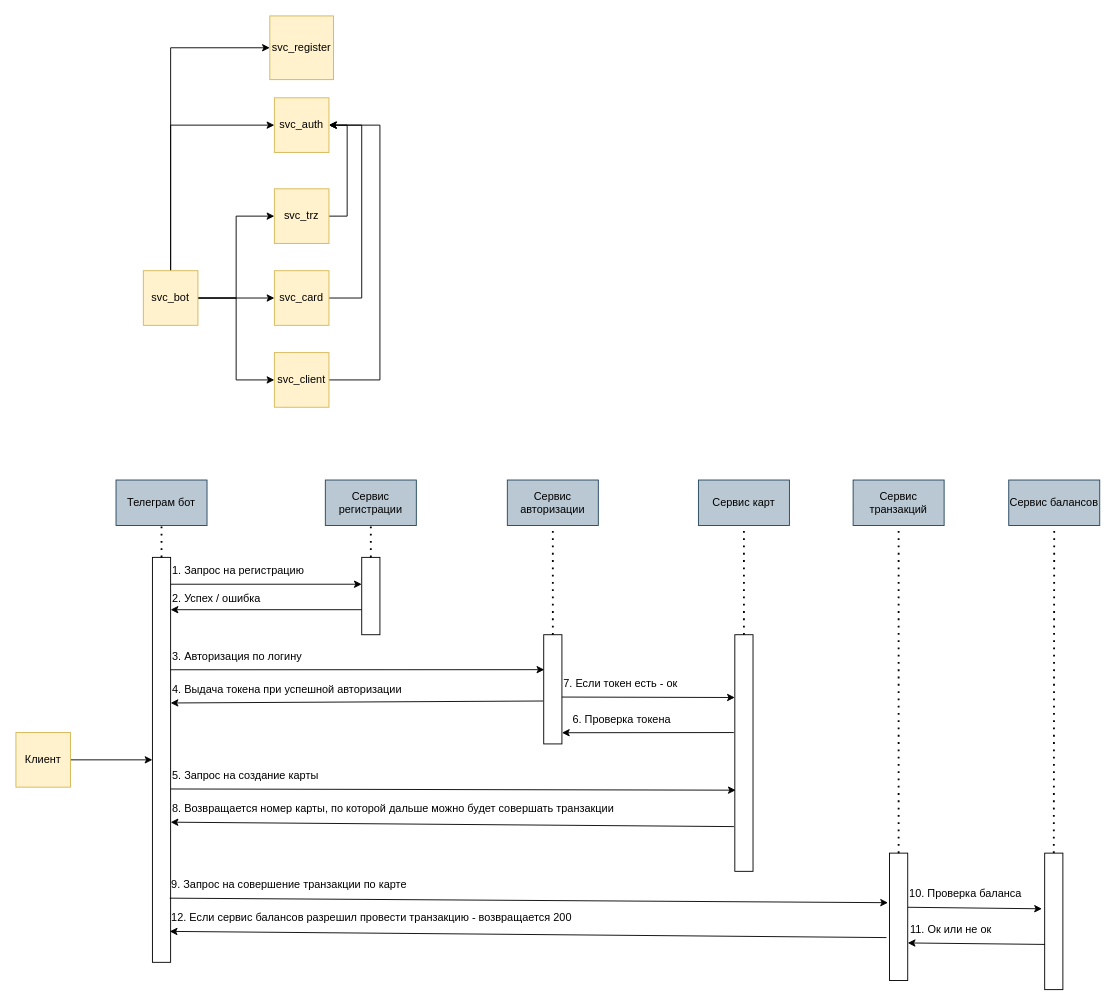
artshestakov/bank_flow keeps this draw.io diagram as schema.drawio. Above is the earlier version. Source tidied: cells renumbered, new cells numbered last; positions are measured from the earlier drawing's top-left corner, leaving out a move shared by most shapes. Both pictures are drawn from the tidied source at 91%, with x=0, y=0 at pixel (15, 15).
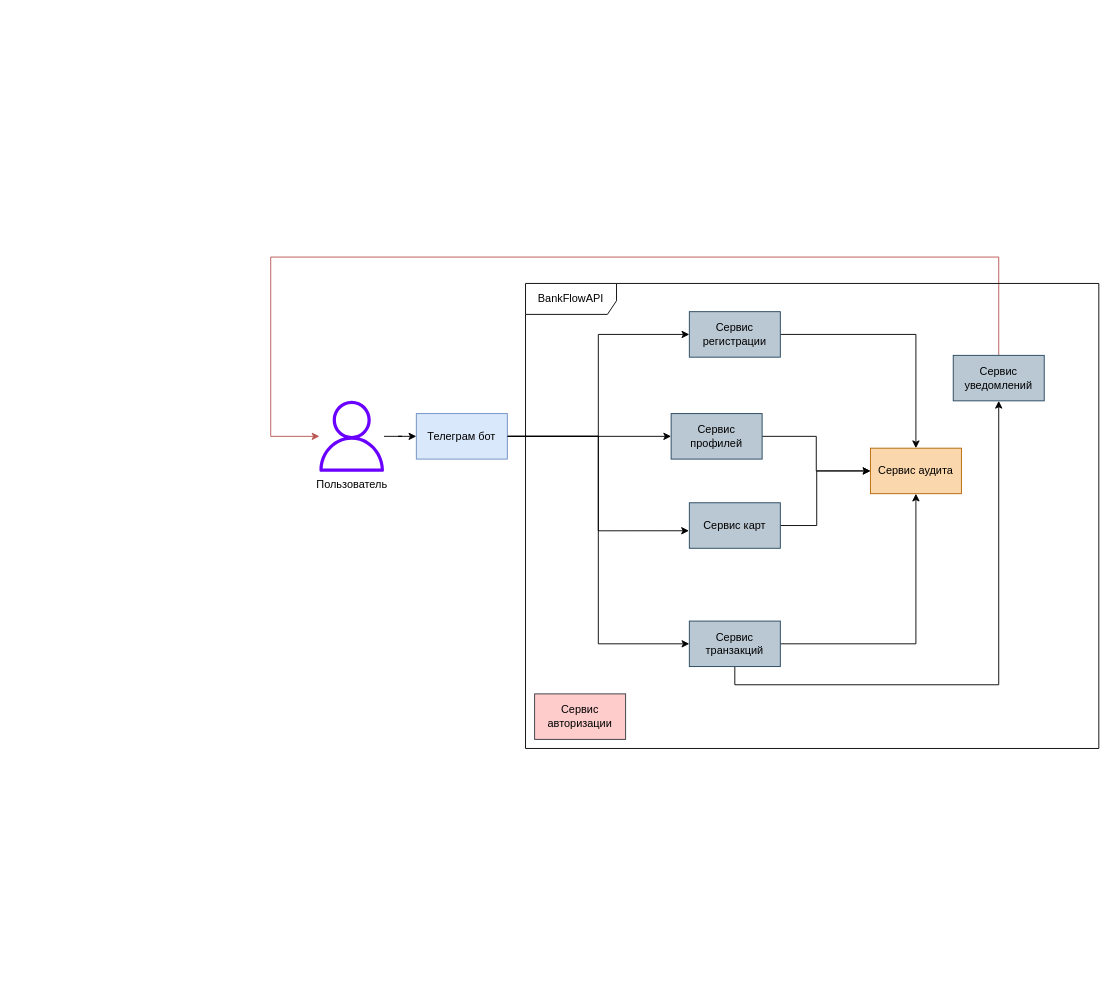
Above is the later version.

Commit message:
Поправлена схема

Change to the diagram source:
```diff
@@
-    <mxCell id="2" style="edgeStyle=orthogonalEdgeStyle;rounded=0;jettySize=auto;html=1;entryX=0;entryY=0.5;entryDx=0;entryDy=0;exitX=0.5;exitY=0;exitDx=0;exitDy=0;" parent="1" edge="1" source="7" target="14">
-      <mxGeometry relative="1" as="geometry" />
-    </mxCell>
-    <mxCell id="3" style="edgeStyle=orthogonalEdgeStyle;rounded=0;jettySize=auto;html=1;exitX=1;exitY=0.5;exitDx=0;exitDy=0;entryX=0;entryY=0.5;entryDx=0;entryDy=0;" parent="1" edge="1" source="7" target="11">
-      <mxGeometry relative="1" as="geometry" />
-    </mxCell>
-    <mxCell id="4" style="edgeStyle=orthogonalEdgeStyle;rounded=0;jettySize=auto;html=1;entryX=0;entryY=0.5;entryDx=0;entryDy=0;" parent="1" edge="1" source="7" target="9">
-      <mxGeometry relative="1" as="geometry" />
-    </mxCell>
-    <mxCell id="5" style="edgeStyle=orthogonalEdgeStyle;rounded=0;jettySize=auto;html=1;entryX=0;entryY=0.5;entryDx=0;entryDy=0;" parent="1" edge="1" source="7" target="13">
-      <mxGeometry relative="1" as="geometry" />
-    </mxCell>
-    <mxCell id="6" style="edgeStyle=orthogonalEdgeStyle;rounded=0;jettySize=auto;html=1;entryX=0;entryY=0.5;entryDx=0;entryDy=0;" parent="1" edge="1" source="7" target="15">
-      <mxGeometry relative="1" as="geometry">
-        <Array as="points">
-          <mxPoint x="170" y="35" />
-        </Array>
-      </mxGeometry>
-    </mxCell>
-    <mxCell id="7" value="svc_bot" style="whiteSpace=wrap;html=1;fillColor=#fff2cc;strokeColor=#d6b656;" parent="1" vertex="1">
-      <mxGeometry x="140" y="280" width="60" height="60" as="geometry" />
-    </mxCell>
-    <mxCell id="8" style="edgeStyle=orthogonalEdgeStyle;rounded=0;jettySize=auto;html=1;entryX=1;entryY=0.5;entryDx=0;entryDy=0;exitX=1;exitY=0.5;exitDx=0;exitDy=0;" parent="1" edge="1" source="9" target="14">
-      <mxGeometry relative="1" as="geometry">
-        <Array as="points">
-          <mxPoint x="380" y="310" />
-          <mxPoint x="380" y="120" />
-        </Array>
-      </mxGeometry>
-    </mxCell>
-    <mxCell id="9" value="svc_card" style="whiteSpace=wrap;html=1;fillColor=#fff2cc;strokeColor=#d6b656;" parent="1" vertex="1">
-      <mxGeometry x="284" y="280" width="60" height="60" as="geometry" />
-    </mxCell>
-    <mxCell id="10" style="edgeStyle=orthogonalEdgeStyle;rounded=0;jettySize=auto;html=1;entryX=1;entryY=0.5;entryDx=0;entryDy=0;exitX=1;exitY=0.5;exitDx=0;exitDy=0;" parent="1" edge="1" source="11" target="14">
-      <mxGeometry relative="1" as="geometry" />
-    </mxCell>
-    <mxCell id="11" value="svc_trz" style="whiteSpace=wrap;html=1;fillColor=#fff2cc;strokeColor=#d6b656;" parent="1" vertex="1">
-      <mxGeometry x="284" y="190" width="60" height="60" as="geometry" />
-    </mxCell>
-    <mxCell id="12" style="edgeStyle=orthogonalEdgeStyle;rounded=0;jettySize=auto;html=1;entryX=1;entryY=0.5;entryDx=0;entryDy=0;exitX=1;exitY=0.5;exitDx=0;exitDy=0;" parent="1" edge="1" source="13" target="14">
-      <mxGeometry relative="1" as="geometry">
-        <Array as="points">
-          <mxPoint x="400" y="400" />
-          <mxPoint x="400" y="120" />
-        </Array>
-      </mxGeometry>
-    </mxCell>
-    <mxCell id="13" value="svc_client" style="whiteSpace=wrap;html=1;fillColor=#fff2cc;strokeColor=#d6b656;" parent="1" vertex="1">
-      <mxGeometry x="284" y="370" width="60" height="60" as="geometry" />
-    </mxCell>
-    <mxCell id="14" value="svc_auth" style="whiteSpace=wrap;html=1;fillColor=#fff2cc;strokeColor=#d6b656;" parent="1" vertex="1">
-      <mxGeometry x="284" y="90" width="60" height="60" as="geometry" />
-    </mxCell>
-    <mxCell id="15" value="svc_register" style="whiteSpace=wrap;html=1;fillColor=#fff2cc;strokeColor=#d6b656;" parent="1" vertex="1">
-      <mxGeometry x="279" width="70" height="70" as="geometry" />
-    </mxCell>
-    <mxCell id="16" style="rounded=0;whiteSpace=wrap;html=1;" parent="1" vertex="1">
-      <mxGeometry x="150" y="595" width="20" height="445" as="geometry" />
-    </mxCell>
-    <mxCell id="17" style="edgeStyle=orthogonalEdgeStyle;rounded=0;jettySize=auto;html=1;entryX=0;entryY=0.5;entryDx=0;entryDy=0;" parent="1" edge="1" source="18" target="16">
-      <mxGeometry relative="1" as="geometry" />
-    </mxCell>
-    <mxCell id="18" value="Клиент" style="whiteSpace=wrap;html=1;fillColor=#fff2cc;strokeColor=#d6b656;" parent="1" vertex="1">
-      <mxGeometry y="787.5" width="60" height="60" as="geometry" />
-    </mxCell>
+    <mxCell id="60" style="edgeStyle=orthogonalEdgeStyle;rounded=0;jettySize=auto;html=1;entryX=0;entryY=0.5;entryDx=0;entryDy=0;" parent="1" edge="1" source="19" target="22">
+      <mxGeometry relative="1" as="geometry" />
+    </mxCell>
+    <mxCell id="61" style="edgeStyle=orthogonalEdgeStyle;rounded=0;jettySize=auto;html=1;entryX=0;entryY=0.5;entryDx=0;entryDy=0;" parent="1" edge="1" source="19" target="65">
+      <mxGeometry relative="1" as="geometry" />
+    </mxCell>
+    <mxCell id="62" style="edgeStyle=orthogonalEdgeStyle;rounded=0;jettySize=auto;html=1;entryX=0;entryY=0.5;entryDx=0;entryDy=0;" parent="1" edge="1" source="19" target="47">
+      <mxGeometry relative="1" as="geometry" />
+    </mxCell>
-    <mxCell id="19" value="Телеграм бот" style="rounded=0;whiteSpace=wrap;html=1;fillColor=#bac8d3;strokeColor=#23445d;" parent="1" vertex="1">
-      <mxGeometry x="110" y="510" width="100" height="50" as="geometry" />
+    <mxCell id="19" value="Телеграм бот" style="rounded=0;whiteSpace=wrap;html=1;fillColor=#dae8fc;strokeColor=#6c8ebf;" parent="1" vertex="1">
+      <mxGeometry x="440" y="437" width="100" height="50" as="geometry" />
     </mxCell>
-    <mxCell id="20" style="endArrow=none;dashed=1;html=1;dashPattern=1 3;strokeWidth=2;rounded=0;entryX=0.5;entryY=1;entryDx=0;entryDy=0;exitX=0.5;exitY=0;exitDx=0;exitDy=0;" parent="1" edge="1" source="16" target="19">
-      <mxGeometry relative="1" as="geometry" />
-    </mxCell>
-    <mxCell id="21" style="rounded=0;whiteSpace=wrap;html=1;" parent="1" vertex="1">
-      <mxGeometry x="380" y="595" width="20" height="85" as="geometry" />
-    </mxCell>
+    <mxCell id="63" style="edgeStyle=orthogonalEdgeStyle;rounded=0;jettySize=auto;html=1;" parent="1" edge="1" source="22" target="71">
+      <mxGeometry relative="1" as="geometry" />
+    </mxCell>
     <mxCell id="22" value="Сервис регистрации" style="rounded=0;whiteSpace=wrap;html=1;fillColor=#bac8d3;strokeColor=#23445d;" parent="1" vertex="1">
-      <mxGeometry x="340" y="510" width="100" height="50" as="geometry" />
+      <mxGeometry x="740" y="325" width="100" height="50" as="geometry" />
     </mxCell>
-    <mxCell id="23" style="endArrow=none;dashed=1;html=1;dashPattern=1 3;strokeWidth=2;rounded=0;entryX=0.5;entryY=1;entryDx=0;entryDy=0;exitX=0.5;exitY=0;exitDx=0;exitDy=0;" parent="1" edge="1" source="21" target="22">
-      <mxGeometry relative="1" as="geometry" />
-    </mxCell>
-    <mxCell id="24" style="endArrow=classic;html=1;rounded=0;exitX=1;exitY=0.5;exitDx=0;exitDy=0;entryX=0;entryY=0.5;entryDx=0;entryDy=0;" parent="1" edge="1">
-      <mxGeometry relative="1" as="geometry">
-        <mxPoint x="170" y="624.5" as="sourcePoint" />
-        <mxPoint x="380" y="624.5" as="targetPoint" />
-      </mxGeometry>
-    </mxCell>
-    <mxCell id="25" value="1. Запрос на регистрацию" style="text;html=1;align=left;verticalAlign=middle;whiteSpace=wrap;rounded=0;" parent="1" vertex="1">
-      <mxGeometry x="170" y="595" width="160" height="30" as="geometry" />
-    </mxCell>
-    <mxCell id="26" style="endArrow=classic;html=1;rounded=0;exitX=0;exitY=0.5;exitDx=0;exitDy=0;entryX=1;entryY=0.5;entryDx=0;entryDy=0;" parent="1" edge="1">
-      <mxGeometry relative="1" as="geometry">
-        <mxPoint x="380" y="652.5" as="sourcePoint" />
-        <mxPoint x="170" y="652.5" as="targetPoint" />
-      </mxGeometry>
-    </mxCell>
-    <mxCell id="27" value="2. Успех / ошибка" style="text;html=1;align=left;verticalAlign=middle;whiteSpace=wrap;rounded=0;flipH=1;flipV=1;" parent="1" vertex="1">
-      <mxGeometry x="170" y="625" width="160" height="30" as="geometry" />
-    </mxCell>
-    <mxCell id="28" style="rounded=0;whiteSpace=wrap;html=1;" parent="1" vertex="1">
-      <mxGeometry x="580" y="680" width="20" height="120" as="geometry" />
-    </mxCell>
+    <mxCell id="64" style="edgeStyle=orthogonalEdgeStyle;rounded=0;jettySize=auto;html=1;" parent="1" edge="1" source="65" target="71">
+      <mxGeometry relative="1" as="geometry" />
+    </mxCell>
+    <mxCell id="65" value="Сервис профилей" style="rounded=0;whiteSpace=wrap;html=1;fillColor=#bac8d3;strokeColor=#23445d;" parent="1" vertex="1">
+      <mxGeometry x="720" y="437" width="100" height="50" as="geometry" />
+    </mxCell>
+    <mxCell id="66" style="edgeStyle=orthogonalEdgeStyle;rounded=0;jettySize=auto;html=1;entryX=0;entryY=0.5;entryDx=0;entryDy=0;" parent="1" edge="1" source="36" target="71">
+      <mxGeometry relative="1" as="geometry">
+        <Array as="points">
+          <mxPoint x="880" y="560" />
+          <mxPoint x="880" y="500" />
+        </Array>
+      </mxGeometry>
+    </mxCell>
+    <mxCell id="67" style="edgeStyle=orthogonalEdgeStyle;rounded=0;jettySize=auto;html=1;entryX=0.5;entryY=1;entryDx=0;entryDy=0;exitX=0.5;exitY=1;exitDx=0;exitDy=0;" parent="1" edge="1" source="47" target="70">
+      <mxGeometry relative="1" as="geometry" />
+    </mxCell>
+    <mxCell id="36" value="Сервис карт" style="rounded=0;whiteSpace=wrap;html=1;fillColor=#bac8d3;strokeColor=#23445d;" parent="1" vertex="1">
+      <mxGeometry x="740" y="535" width="100" height="50" as="geometry" />
+    </mxCell>
+    <mxCell id="68" style="edgeStyle=orthogonalEdgeStyle;rounded=0;jettySize=auto;html=1;entryX=0.5;entryY=1;entryDx=0;entryDy=0;" parent="1" edge="1" source="47" target="71">
+      <mxGeometry relative="1" as="geometry" />
+    </mxCell>
+    <mxCell id="47" value="Сервис транзакций" style="rounded=0;whiteSpace=wrap;html=1;fillColor=#bac8d3;strokeColor=#23445d;" parent="1" vertex="1">
+      <mxGeometry x="740" y="665" width="100" height="50" as="geometry" />
+    </mxCell>
+    <mxCell id="69" style="edgeStyle=orthogonalEdgeStyle;rounded=0;jettySize=auto;html=1;exitX=0.5;exitY=0;exitDx=0;exitDy=0;fillColor=#f8cecc;strokeColor=#b85450;" parent="1" edge="1" source="70" target="73">
+      <mxGeometry relative="1" as="geometry">
+        <Array as="points">
+          <mxPoint x="1080" y="265" />
+          <mxPoint x="280" y="265" />
+          <mxPoint x="280" y="462" />
+        </Array>
+      </mxGeometry>
+    </mxCell>
+    <mxCell id="70" value="Сервис уведомлений" style="rounded=0;whiteSpace=wrap;html=1;fillColor=#bac8d3;strokeColor=#23445d;" parent="1" vertex="1">
+      <mxGeometry x="1030" y="373" width="100" height="50" as="geometry" />
+    </mxCell>
+    <mxCell id="71" value="Сервис аудита" style="rounded=0;whiteSpace=wrap;html=1;fillColor=#fad7ac;strokeColor=#b46504;" parent="1" vertex="1">
+      <mxGeometry x="939" y="475" width="100" height="50" as="geometry" />
+    </mxCell>
+    <mxCell id="72" style="edgeStyle=orthogonalEdgeStyle;rounded=0;jettySize=auto;html=1;" parent="1" edge="1" source="73" target="19">
+      <mxGeometry relative="1" as="geometry" />
+    </mxCell>
+    <mxCell id="73" value="&lt;font style=&quot;color: rgb(0, 0, 0);&quot;&gt;Пользователь&lt;/font&gt;" style="sketch=0;outlineConnect=0;dashed=0;verticalLabelPosition=bottom;verticalAlign=top;align=center;html=1;fontSize=12;fontStyle=0;shape=mxgraph.aws4.user;fillColor=#6a00ff;fontColor=#ffffff;strokeColor=#3700CC;" parent="1" vertex="1">
+      <mxGeometry x="330" y="423" width="78" height="78" as="geometry" />
+    </mxCell>
+    <mxCell id="74" value="BankFlowAPI" style="shape=umlFrame;whiteSpace=wrap;html=1;width=100;height=34;" parent="1" vertex="1">
+      <mxGeometry x="560" y="294" width="630" height="511" as="geometry" />
+    </mxCell>
+    <mxCell id="75" style="edgeStyle=orthogonalEdgeStyle;rounded=0;jettySize=auto;html=1;entryX=-0.004;entryY=0.615;entryDx=0;entryDy=0;entryPerimeter=0;" parent="1" edge="1" source="19" target="36">
+      <mxGeometry relative="1" as="geometry" />
+    </mxCell>
-    <mxCell id="29" value="Сервис авторизации" style="rounded=0;whiteSpace=wrap;html=1;fillColor=#bac8d3;strokeColor=#23445d;" parent="1" vertex="1">
-      <mxGeometry x="540" y="510" width="100" height="50" as="geometry" />
+    <mxCell id="29" value="Сервис авторизации" style="rounded=0;whiteSpace=wrap;html=1;fillColor=#ffcccc;strokeColor=#36393d;" parent="1" vertex="1">
+      <mxGeometry x="570" y="745" width="100" height="50" as="geometry" />
     </mxCell>
-    <mxCell id="30" style="endArrow=none;dashed=1;html=1;dashPattern=1 3;strokeWidth=2;rounded=0;entryX=0.5;entryY=1;entryDx=0;entryDy=0;exitX=0.5;exitY=0;exitDx=0;exitDy=0;" parent="1" edge="1" source="28" target="29">
-      <mxGeometry relative="1" as="geometry" />
-    </mxCell>
-    <mxCell id="31" style="endArrow=classic;html=1;rounded=0;exitX=1;exitY=0.5;exitDx=0;exitDy=0;entryX=0.033;entryY=0.32;entryDx=0;entryDy=0;entryPerimeter=0;" parent="1" edge="1" target="28">
-      <mxGeometry relative="1" as="geometry">
-        <mxPoint x="170" y="718.5" as="sourcePoint" />
-      </mxGeometry>
-    </mxCell>
-    <mxCell id="32" value="3. Авторизация по логину" style="text;html=1;align=left;verticalAlign=middle;whiteSpace=wrap;rounded=0;" parent="1" vertex="1">
-      <mxGeometry x="170" y="689" width="160" height="30" as="geometry" />
-    </mxCell>
-    <mxCell id="33" style="endArrow=classic;html=1;rounded=0;exitX=-0.036;exitY=0.607;exitDx=0;exitDy=0;entryX=0;entryY=1;entryDx=0;entryDy=0;exitPerimeter=0;" parent="1" edge="1" source="28" target="34">
-      <mxGeometry relative="1" as="geometry" />
-    </mxCell>
-    <mxCell id="34" value="4. Выдача токена при успешной авторизации" style="text;html=1;align=left;verticalAlign=middle;whiteSpace=wrap;rounded=0;" parent="1" vertex="1">
-      <mxGeometry x="170" y="725" width="275" height="30" as="geometry" />
-    </mxCell>
-    <mxCell id="35" style="rounded=0;whiteSpace=wrap;html=1;" parent="1" vertex="1">
-      <mxGeometry x="790" y="680" width="20" height="260" as="geometry" />
-    </mxCell>
-    <mxCell id="36" value="Сервис карт" style="rounded=0;whiteSpace=wrap;html=1;fillColor=#bac8d3;strokeColor=#23445d;" parent="1" vertex="1">
-      <mxGeometry x="750" y="510" width="100" height="50" as="geometry" />
-    </mxCell>
-    <mxCell id="37" style="endArrow=none;dashed=1;html=1;dashPattern=1 3;strokeWidth=2;rounded=0;entryX=0.5;entryY=1;entryDx=0;entryDy=0;exitX=0.5;exitY=0;exitDx=0;exitDy=0;" parent="1" edge="1" source="35" target="36">
-      <mxGeometry relative="1" as="geometry" />
-    </mxCell>
-    <mxCell id="38" style="endArrow=classic;html=1;rounded=0;exitX=1;exitY=0.5;exitDx=0;exitDy=0;entryX=0.05;entryY=0.657;entryDx=0;entryDy=0;entryPerimeter=0;" parent="1" edge="1" target="35">
-      <mxGeometry relative="1" as="geometry">
-        <mxPoint x="170" y="849.5" as="sourcePoint" />
-      </mxGeometry>
-    </mxCell>
-    <mxCell id="39" value="5. Запрос на создание карты" style="text;html=1;align=left;verticalAlign=middle;whiteSpace=wrap;rounded=0;" parent="1" vertex="1">
-      <mxGeometry x="170" y="820" width="170" height="30" as="geometry" />
-    </mxCell>
-    <mxCell id="40" style="endArrow=classic;html=1;rounded=0;exitX=-0.053;exitY=0.811;exitDx=0;exitDy=0;entryX=0;entryY=1;entryDx=0;entryDy=0;exitPerimeter=0;" parent="1" edge="1" source="35" target="41">
-      <mxGeometry relative="1" as="geometry" />
-    </mxCell>
-    <mxCell id="41" value="8. Возвращается номер карты, по которой дальше можно будет совершать транзакции" style="text;html=1;align=left;verticalAlign=middle;whiteSpace=wrap;rounded=0;" parent="1" vertex="1">
-      <mxGeometry x="170" y="856" width="520" height="30" as="geometry" />
-    </mxCell>
-    <mxCell id="42" style="endArrow=classic;html=1;rounded=0;exitX=-0.053;exitY=0.307;exitDx=0;exitDy=0;entryX=1.033;entryY=0.423;entryDx=0;entryDy=0;entryPerimeter=0;exitPerimeter=0;" parent="1" edge="1">
-      <mxGeometry relative="1" as="geometry">
-        <mxPoint x="788.9" y="787.5" as="sourcePoint" />
-        <mxPoint x="600" y="787.7" as="targetPoint" />
-      </mxGeometry>
-    </mxCell>
-    <mxCell id="43" value="6. Проверка токена" style="text;html=1;align=left;verticalAlign=middle;whiteSpace=wrap;rounded=0;" parent="1" vertex="1">
-      <mxGeometry x="610" y="757.5" width="170" height="30" as="geometry" />
-    </mxCell>
-    <mxCell id="44" style="endArrow=classic;html=1;rounded=0;exitX=1;exitY=0.5;exitDx=0;exitDy=0;" parent="1" edge="1">
-      <mxGeometry relative="1" as="geometry">
-        <mxPoint x="600" y="748.5" as="sourcePoint" />
-        <mxPoint x="790" y="749" as="targetPoint" />
-      </mxGeometry>
-    </mxCell>
-    <mxCell id="45" value="7. Если токен есть - ок" style="text;html=1;align=left;verticalAlign=middle;whiteSpace=wrap;rounded=0;" parent="1" vertex="1">
-      <mxGeometry x="600" y="719" width="160" height="30" as="geometry" />
-    </mxCell>
-    <mxCell id="46" style="rounded=0;whiteSpace=wrap;html=1;" parent="1" vertex="1">
-      <mxGeometry x="960" y="920" width="20" height="140" as="geometry" />
-    </mxCell>
-    <mxCell id="47" value="Сервис транзакций" style="rounded=0;whiteSpace=wrap;html=1;fillColor=#bac8d3;strokeColor=#23445d;" parent="1" vertex="1">
-      <mxGeometry x="920" y="510" width="100" height="50" as="geometry" />
-    </mxCell>
-    <mxCell id="48" style="endArrow=none;dashed=1;html=1;dashPattern=1 3;strokeWidth=2;rounded=0;entryX=0.5;entryY=1;entryDx=0;entryDy=0;exitX=0.5;exitY=0;exitDx=0;exitDy=0;" parent="1" edge="1" source="46" target="47">
-      <mxGeometry relative="1" as="geometry" />
-    </mxCell>
-    <mxCell id="49" style="endArrow=classic;html=1;rounded=0;exitX=1;exitY=0.5;exitDx=0;exitDy=0;entryX=-0.083;entryY=0.389;entryDx=0;entryDy=0;entryPerimeter=0;" parent="1" edge="1" target="46">
-      <mxGeometry relative="1" as="geometry">
-        <mxPoint x="169" y="969.5" as="sourcePoint" />
-      </mxGeometry>
-    </mxCell>
-    <mxCell id="50" value="9. Запрос на совершение транзакции по карте" style="text;html=1;align=left;verticalAlign=middle;whiteSpace=wrap;rounded=0;" parent="1" vertex="1">
-      <mxGeometry x="169" y="940" width="401" height="30" as="geometry" />
-    </mxCell>
-    <mxCell id="51" style="endArrow=classic;html=1;rounded=0;exitX=-0.167;exitY=0.663;exitDx=0;exitDy=0;entryX=0;entryY=1;entryDx=0;entryDy=0;exitPerimeter=0;" parent="1" edge="1" source="46" target="52">
-      <mxGeometry relative="1" as="geometry" />
-    </mxCell>
-    <mxCell id="52" value="12. Если сервис балансов разрешил провести транзакцию - возвращается 200" style="text;html=1;align=left;verticalAlign=middle;whiteSpace=wrap;rounded=0;" parent="1" vertex="1">
-      <mxGeometry x="169" y="976" width="520" height="30" as="geometry" />
-    </mxCell>
-    <mxCell id="53" style="rounded=0;whiteSpace=wrap;html=1;" parent="1" vertex="1">
-      <mxGeometry x="1130.5" y="920" width="20" height="150" as="geometry" />
-    </mxCell>
-    <mxCell id="54" value="Сервис балансов" style="rounded=0;whiteSpace=wrap;html=1;fillColor=#bac8d3;strokeColor=#23445d;" parent="1" vertex="1">
-      <mxGeometry x="1091" y="510" width="100" height="50" as="geometry" />
-    </mxCell>
-    <mxCell id="55" style="endArrow=none;dashed=1;html=1;dashPattern=1 3;strokeWidth=2;rounded=0;entryX=0.5;entryY=1;entryDx=0;entryDy=0;exitX=0.5;exitY=0;exitDx=0;exitDy=0;" parent="1" edge="1" source="53" target="54">
-      <mxGeometry relative="1" as="geometry" />
-    </mxCell>
-    <mxCell id="56" style="endArrow=classic;html=1;rounded=0;exitX=0.884;exitY=1.061;exitDx=0;exitDy=0;entryX=1.033;entryY=0.423;entryDx=0;entryDy=0;entryPerimeter=0;exitPerimeter=0;" parent="1" edge="1" source="57">
-      <mxGeometry relative="1" as="geometry">
-        <mxPoint x="980" y="1018.7" as="targetPoint" />
-      </mxGeometry>
-    </mxCell>
-    <mxCell id="57" value="11. Ок или не ок" style="text;html=1;align=left;verticalAlign=middle;whiteSpace=wrap;rounded=0;" parent="1" vertex="1">
-      <mxGeometry x="980.5" y="988.5" width="170" height="30" as="geometry" />
-    </mxCell>
-    <mxCell id="58" style="endArrow=classic;html=1;rounded=0;exitX=1;exitY=0.5;exitDx=0;exitDy=0;entryX=0.922;entryY=1.039;entryDx=0;entryDy=0;entryPerimeter=0;" parent="1" edge="1" target="59">
-      <mxGeometry relative="1" as="geometry">
-        <mxPoint x="980" y="979.5" as="sourcePoint" />
-      </mxGeometry>
-    </mxCell>
-    <mxCell id="59" value="10. Проверка баланса" style="text;html=1;align=left;verticalAlign=middle;whiteSpace=wrap;rounded=0;" parent="1" vertex="1">
-      <mxGeometry x="980" y="950" width="160" height="30" as="geometry" />
-    </mxCell>
```
